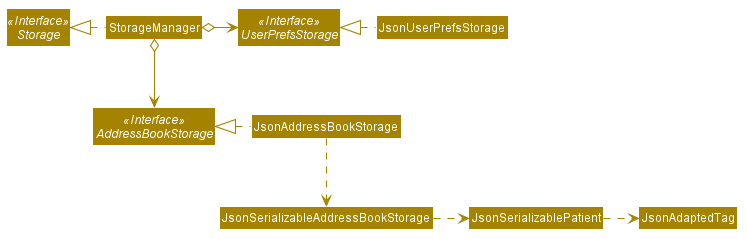
Earlier version of the PlantUML export docs/images/StorageClassDiagram.png (yeohhq/tp).
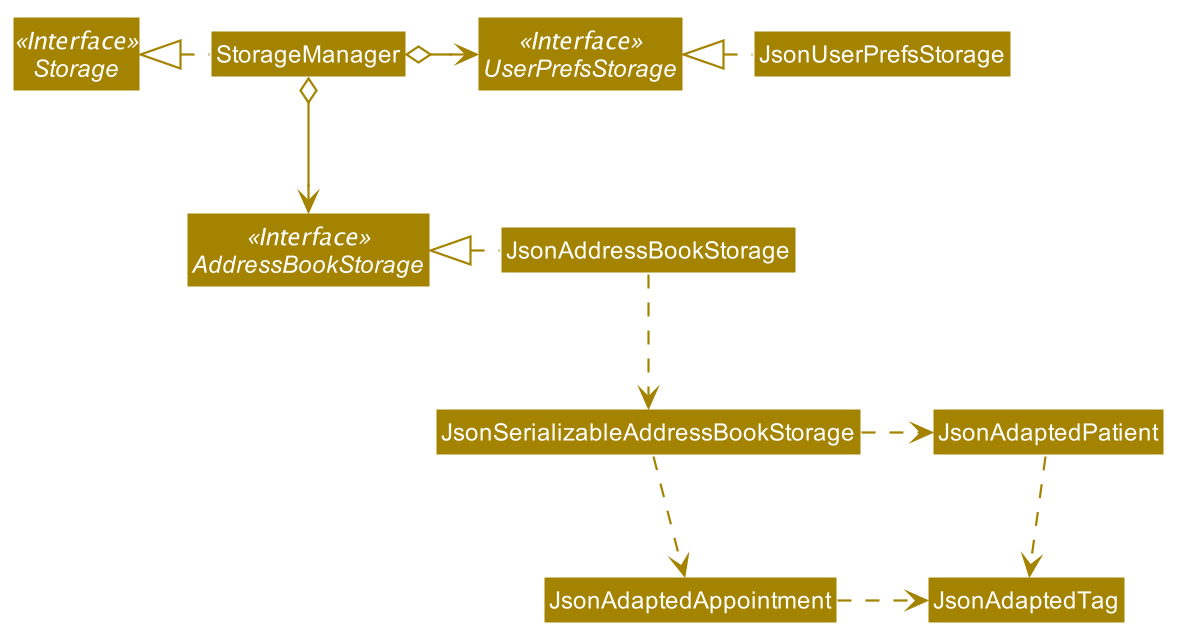
After the change.

Change to the diagram source:
```diff
@@ -66,6 +66,8 @@
 JsonUserPrefsStorage .left.|> UserPrefsStorage
 JsonAddressBookStorage .left.|> AddressBookStorage
 JsonAddressBookStorage .down.> JsonSerializableAddressBookStorage
-JsonSerializableAddressBookStorage .right.> JsonSerializablePatient
-JsonSerializablePatient .right.> JsonAdaptedTag
+JsonSerializableAddressBookStorage .right.> JsonAdaptedPatient
+JsonAdaptedPatient .right.> JsonAdaptedTag
+JsonSerializableAddressBookStorage .down.> JsonAdaptedAppointment
+JsonAdaptedAppointment .right.> JsonAdaptedTag
 @enduml
```
